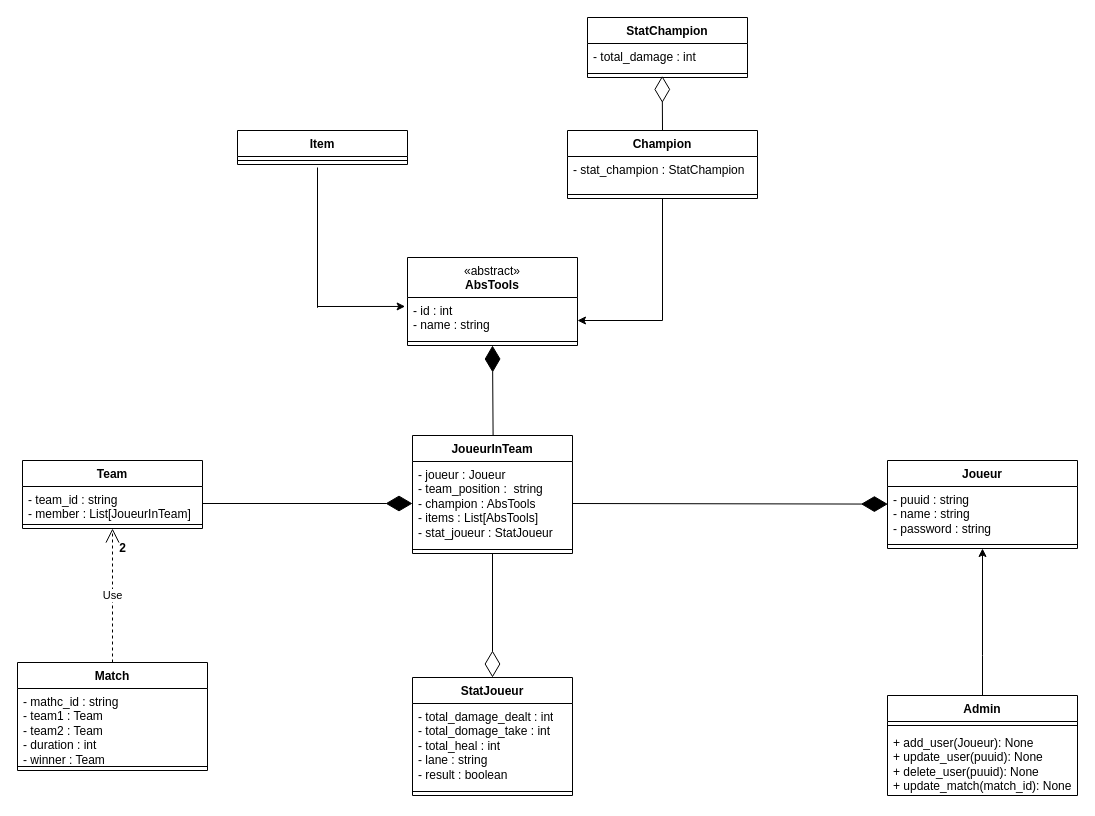
Above: Image Prod/League of legends.drawio in Niyo-D-JC/HelpWork (draw.io), before the change. Source tidied: cells renumbered, new cells numbered last; positions are measured from the earlier drawing's top-left corner, leaving out a move shared by most shapes. Both pictures are drawn from the tidied source at 100%, with x=0, y=0 at pixel (17, 17).
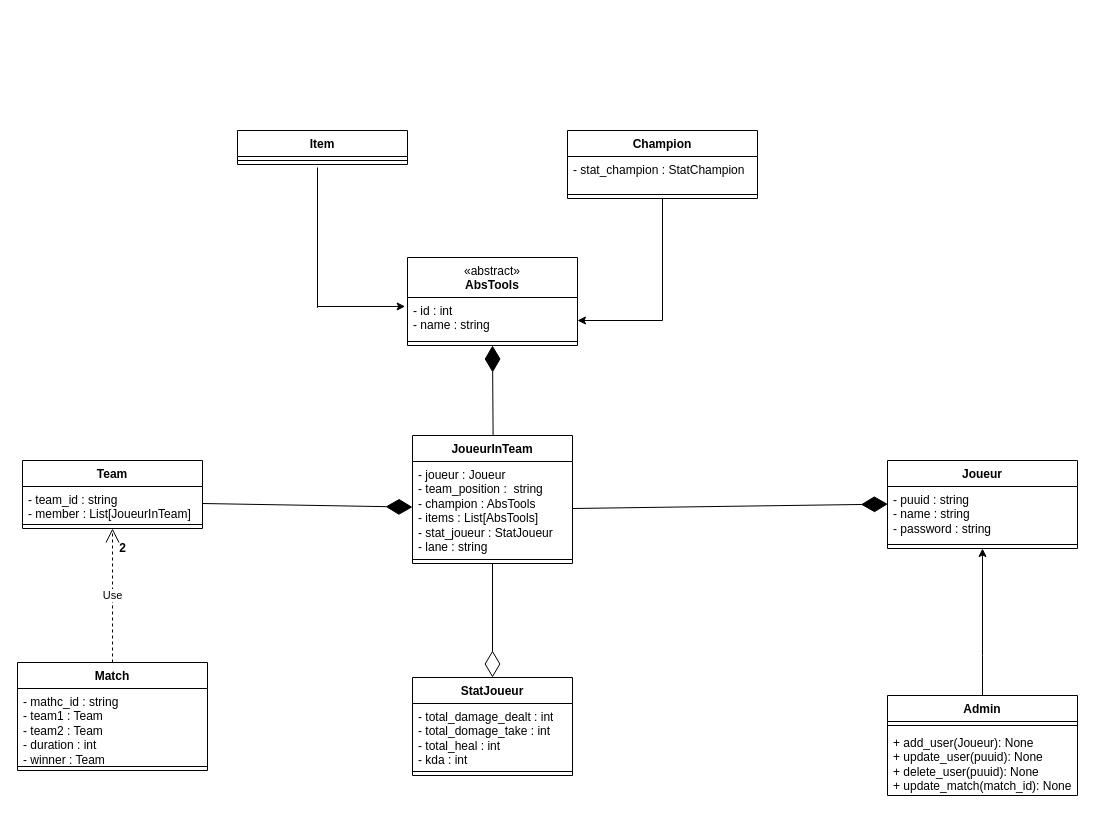
The same page after the edit.

Commit message:
Mettre à jour League of legends.drawio

The change refers to these unchanged cells:
```xml
<mxCell id="24" value="Champion" style="swimlane;fontStyle=1;align=center;verticalAlign=top;horizontal=1;startSize=26;whiteSpace=wrap;html=1;" parent="1" vertex="1">
  <mxGeometry x="550" y="113" width="190" height="68" as="geometry" />
</mxCell>
```

Diff of the diagram source:
```diff
@@
-    <mxCell id="2" value="StatChampion" style="swimlane;fontStyle=1;align=center;verticalAlign=top;horizontal=1;startSize=26;whiteSpace=wrap;html=1;" parent="1" vertex="1">
-      <mxGeometry x="570" width="160" height="60" as="geometry" />
-    </mxCell>
-    <mxCell id="3" value="- total_damage : int" style="text;strokeColor=none;fillColor=none;align=left;verticalAlign=top;spacingLeft=4;spacingRight=4;overflow=hidden;whiteSpace=wrap;html=1;" parent="2" vertex="1">
-      <mxGeometry y="26" width="160" height="26" as="geometry" />
-    </mxCell>
-    <mxCell id="4" style="line;strokeWidth=1;fillColor=none;align=left;verticalAlign=middle;spacingTop=-1;spacingLeft=3;spacingRight=3;labelPosition=right;points=[];portConstraint=eastwest;strokeColor=inherit;" parent="2" vertex="1">
-      <mxGeometry y="52" width="160" height="8" as="geometry" />
-    </mxCell>
     <mxCell id="5" value="StatJoueur" style="swimlane;fontStyle=1;align=center;verticalAlign=top;horizontal=1;startSize=26;whiteSpace=wrap;html=1;" parent="1" vertex="1">
-      <mxGeometry x="395" y="660" width="160" height="118" as="geometry" />
+      <mxGeometry x="395" y="660" width="160" height="98" as="geometry" />
     </mxCell>
-    <mxCell id="6" value="- total_damage_dealt : int&lt;br&gt;- total_domage_take : int&lt;br&gt;- total_heal : int&lt;br&gt;- lane : string&lt;br&gt;- result : boolean" style="text;strokeColor=none;fillColor=none;align=left;verticalAlign=top;spacingLeft=4;spacingRight=4;overflow=hidden;whiteSpace=wrap;html=1;" parent="5" vertex="1">
-      <mxGeometry y="26" width="160" height="84" as="geometry" />
+    <mxCell id="6" value="- total_damage_dealt : int&lt;br&gt;- total_domage_take : int&lt;br&gt;- total_heal : int&lt;br&gt;- kda : int" style="text;strokeColor=none;fillColor=none;align=left;verticalAlign=top;spacingLeft=4;spacingRight=4;overflow=hidden;whiteSpace=wrap;html=1;" parent="5" vertex="1">
+      <mxGeometry y="26" width="160" height="64" as="geometry" />
     </mxCell>
     <mxCell id="7" style="line;strokeWidth=1;fillColor=none;align=left;verticalAlign=middle;spacingTop=-1;spacingLeft=3;spacingRight=3;labelPosition=right;strokeColor=inherit;" parent="5" vertex="1">
-      <mxGeometry y="110" width="160" height="8" as="geometry" />
+      <mxGeometry y="90" width="160" height="8" as="geometry" />
     </mxCell>
@@
     <mxCell id="15" value="JoueurInTeam" style="swimlane;fontStyle=1;align=center;verticalAlign=top;horizontal=1;startSize=26;whiteSpace=wrap;html=1;" parent="1" vertex="1">
-      <mxGeometry x="395" y="418" width="160" height="118" as="geometry" />
+      <mxGeometry x="395" y="418" width="160" height="128" as="geometry" />
     </mxCell>
-    <mxCell id="16" value="- joueur : Joueur&lt;br&gt;- team_position :&amp;nbsp; string&lt;br&gt;- champion : AbsTools&lt;br&gt;- items : List[AbsTools]&lt;br&gt;- stat_joueur : StatJoueur" style="text;strokeColor=none;fillColor=none;align=left;verticalAlign=top;spacingLeft=4;spacingRight=4;overflow=hidden;points=[[0,0.5],[1,0.5]];portConstraint=eastwest;whiteSpace=wrap;html=1;" parent="15" vertex="1">
-      <mxGeometry y="26" width="160" height="84" as="geometry" />
+    <mxCell id="16" value="- joueur : Joueur&lt;br&gt;- team_position :&amp;nbsp; string&lt;br&gt;- champion : AbsTools&lt;br&gt;- items : List[AbsTools]&lt;br&gt;- stat_joueur : StatJoueur&lt;br&gt;- lane : string" style="text;strokeColor=none;fillColor=none;align=left;verticalAlign=top;spacingLeft=4;spacingRight=4;overflow=hidden;points=[[0,0.5],[1,0.5]];portConstraint=eastwest;whiteSpace=wrap;html=1;" parent="15" vertex="1">
+      <mxGeometry y="26" width="160" height="94" as="geometry" />
     </mxCell>
     <mxCell id="17" style="line;strokeWidth=1;fillColor=none;align=left;verticalAlign=middle;spacingTop=-1;spacingLeft=3;spacingRight=3;labelPosition=right;strokeColor=inherit;" parent="15" vertex="1">
-      <mxGeometry y="110" width="160" height="8" as="geometry" />
+      <mxGeometry y="120" width="160" height="8" as="geometry" />
     </mxCell>
@@
-    <mxCell id="32" style="endArrow=diamondThin;endFill=0;endSize=24;html=1;exitX=0.5;exitY=0;exitDx=0;exitDy=0;rounded=0;entryX=0.467;entryY=0.8;entryDx=0;entryDy=0;entryPerimeter=0;" parent="1" edge="1" source="24" target="4">
-      <mxGeometry relative="1" as="geometry" />
-    </mxCell>
```
